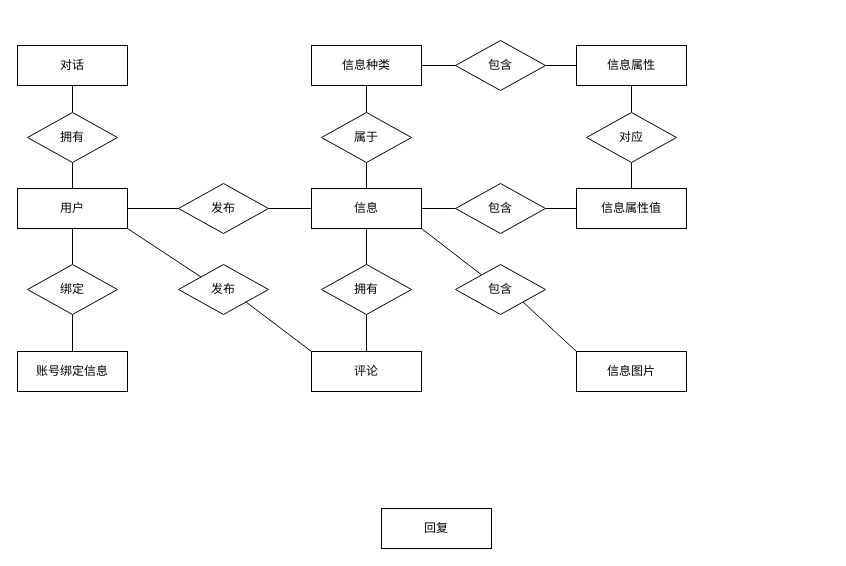
Earlier version of the draw.io diagram page "ER图" (8 of 11) of 校园信息发布平台流程图.drawio (zzsbz/infodeli_drawio). Source tidied: cells renumbered, new cells numbered last; positions are measured from the earlier drawing's top-left corner, leaving out a move shared by most shapes. Both pictures are drawn from the tidied source at 100%, with x=0, y=0 at pixel (17, 40).
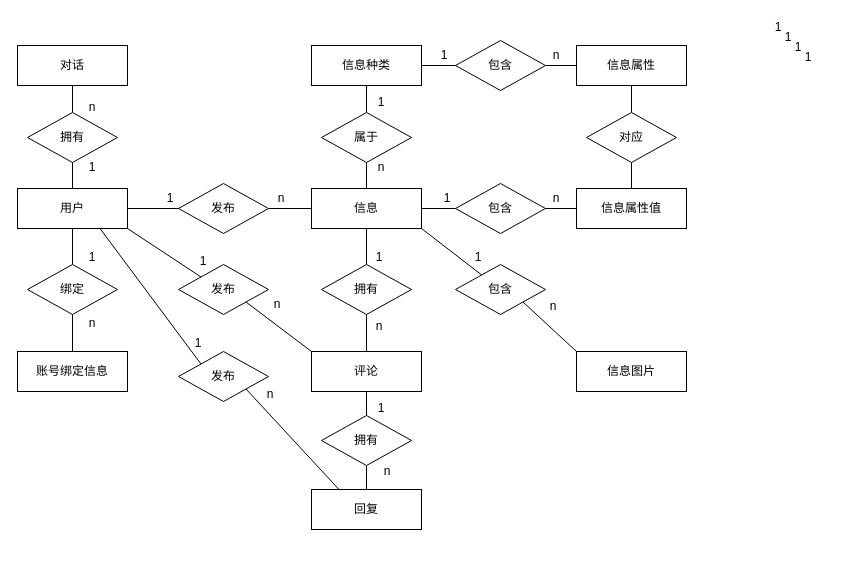
Above is the later version.

Unchanged cells that the change refers to:
```xml
<mxCell id="5" value="用户" style="rounded=0;whiteSpace=wrap;html=1;" parent="1" vertex="1">
  <mxGeometry y="148" width="110" height="40" as="geometry" />
</mxCell>
<mxCell id="11" value="评论" style="rounded=0;whiteSpace=wrap;html=1;" parent="1" vertex="1">
  <mxGeometry x="294" y="311" width="110" height="40" as="geometry" />
</mxCell>
```

Diff of the diagram source:
```diff
@@
+    <mxCell id="42" style="edgeStyle=none;rounded=0;jettySize=auto;html=1;exitX=0.75;exitY=1;exitDx=0;exitDy=0;entryX=0;entryY=0;entryDx=0;entryDy=0;endArrow=none;endFill=0;" parent="1" edge="1" source="5" target="47">
+      <mxGeometry relative="1" as="geometry" />
+    </mxCell>
@@
+    <mxCell id="43" style="edgeStyle=none;rounded=0;jettySize=auto;html=1;exitX=0.5;exitY=1;exitDx=0;exitDy=0;entryX=0.5;entryY=0;entryDx=0;entryDy=0;endArrow=none;endFill=0;" parent="1" edge="1" source="11" target="45">
+      <mxGeometry relative="1" as="geometry" />
+    </mxCell>
@@
     <mxCell id="16" value="回复" style="rounded=0;whiteSpace=wrap;html=1;" parent="1" vertex="1">
-      <mxGeometry x="364" y="468" width="110" height="40" as="geometry" />
+      <mxGeometry x="294" y="449" width="110" height="40" as="geometry" />
     </mxCell>
@@
+    <mxCell id="44" style="edgeStyle=none;rounded=0;jettySize=auto;html=1;exitX=0.5;exitY=1;exitDx=0;exitDy=0;entryX=0.5;entryY=0;entryDx=0;entryDy=0;endArrow=none;endFill=0;" parent="1" edge="1" source="45" target="16">
+      <mxGeometry relative="1" as="geometry" />
+    </mxCell>
+    <mxCell id="45" value="拥有" style="rhombus;whiteSpace=wrap;html=1;" parent="1" vertex="1">
+      <mxGeometry x="304" y="375" width="90" height="50" as="geometry" />
+    </mxCell>
+    <mxCell id="46" style="edgeStyle=none;rounded=0;jettySize=auto;html=1;exitX=1;exitY=1;exitDx=0;exitDy=0;entryX=0.25;entryY=0;entryDx=0;entryDy=0;endArrow=none;endFill=0;" parent="1" edge="1" source="47" target="16">
+      <mxGeometry relative="1" as="geometry" />
+    </mxCell>
+    <mxCell id="47" value="发布" style="rhombus;whiteSpace=wrap;html=1;" parent="1" vertex="1">
+      <mxGeometry x="161" y="311" width="90" height="50" as="geometry" />
+    </mxCell>
+    <mxCell id="48" value="1" style="text;html=1;strokeColor=none;fillColor=none;align=center;verticalAlign=middle;whiteSpace=wrap;rounded=0;" parent="1" vertex="1">
+      <mxGeometry x="741" y="-23" width="40" height="20" as="geometry" />
+    </mxCell>
+    <mxCell id="49" value="1" style="text;html=1;strokeColor=none;fillColor=none;align=center;verticalAlign=middle;whiteSpace=wrap;rounded=0;" parent="1" vertex="1">
+      <mxGeometry x="751" y="-13" width="40" height="20" as="geometry" />
+    </mxCell>
+    <mxCell id="50" value="1" style="text;html=1;strokeColor=none;fillColor=none;align=center;verticalAlign=middle;whiteSpace=wrap;rounded=0;" parent="1" vertex="1">
+      <mxGeometry x="761" y="-3" width="40" height="20" as="geometry" />
+    </mxCell>
+    <mxCell id="51" value="1" style="text;html=1;strokeColor=none;fillColor=none;align=center;verticalAlign=middle;whiteSpace=wrap;rounded=0;" parent="1" vertex="1">
+      <mxGeometry x="771" y="7" width="40" height="20" as="geometry" />
+    </mxCell>
+    <mxCell id="52" value="n" style="text;html=1;strokeColor=none;fillColor=none;align=center;verticalAlign=middle;whiteSpace=wrap;rounded=0;" parent="1" vertex="1">
+      <mxGeometry x="519" y="148" width="40" height="20" as="geometry" />
+    </mxCell>
+    <mxCell id="53" value="n" style="text;html=1;strokeColor=none;fillColor=none;align=center;verticalAlign=middle;whiteSpace=wrap;rounded=0;" parent="1" vertex="1">
+      <mxGeometry x="344" y="117" width="40" height="20" as="geometry" />
+    </mxCell>
+    <mxCell id="54" value="n" style="text;html=1;strokeColor=none;fillColor=none;align=center;verticalAlign=middle;whiteSpace=wrap;rounded=0;" parent="1" vertex="1">
+      <mxGeometry x="519" y="5" width="40" height="20" as="geometry" />
+    </mxCell>
+    <mxCell id="55" value="n" style="text;html=1;strokeColor=none;fillColor=none;align=center;verticalAlign=middle;whiteSpace=wrap;rounded=0;" parent="1" vertex="1">
+      <mxGeometry x="516" y="256" width="40" height="20" as="geometry" />
+    </mxCell>
+    <mxCell id="56" value="n" style="text;html=1;strokeColor=none;fillColor=none;align=center;verticalAlign=middle;whiteSpace=wrap;rounded=0;" parent="1" vertex="1">
+      <mxGeometry x="350" y="421" width="40" height="20" as="geometry" />
+    </mxCell>
+    <mxCell id="57" value="n" style="text;html=1;strokeColor=none;fillColor=none;align=center;verticalAlign=middle;whiteSpace=wrap;rounded=0;" parent="1" vertex="1">
+      <mxGeometry x="342" y="276" width="40" height="20" as="geometry" />
+    </mxCell>
+    <mxCell id="58" value="n" style="text;html=1;strokeColor=none;fillColor=none;align=center;verticalAlign=middle;whiteSpace=wrap;rounded=0;" parent="1" vertex="1">
+      <mxGeometry x="233" y="344" width="40" height="20" as="geometry" />
+    </mxCell>
+    <mxCell id="59" value="n" style="text;html=1;strokeColor=none;fillColor=none;align=center;verticalAlign=middle;whiteSpace=wrap;rounded=0;" parent="1" vertex="1">
+      <mxGeometry x="240" y="254" width="40" height="20" as="geometry" />
+    </mxCell>
+    <mxCell id="60" value="n" style="text;html=1;strokeColor=none;fillColor=none;align=center;verticalAlign=middle;whiteSpace=wrap;rounded=0;" parent="1" vertex="1">
+      <mxGeometry x="55" y="273" width="40" height="20" as="geometry" />
+    </mxCell>
+    <mxCell id="61" value="n" style="text;html=1;strokeColor=none;fillColor=none;align=center;verticalAlign=middle;whiteSpace=wrap;rounded=0;" parent="1" vertex="1">
+      <mxGeometry x="55" y="57" width="40" height="20" as="geometry" />
+    </mxCell>
+    <mxCell id="62" value="1" style="text;html=1;strokeColor=none;fillColor=none;align=center;verticalAlign=middle;whiteSpace=wrap;rounded=0;" parent="1" vertex="1">
+      <mxGeometry x="133" y="148" width="40" height="20" as="geometry" />
+    </mxCell>
+    <mxCell id="63" value="n" style="text;html=1;strokeColor=none;fillColor=none;align=center;verticalAlign=middle;whiteSpace=wrap;rounded=0;" parent="1" vertex="1">
+      <mxGeometry x="244" y="148" width="40" height="20" as="geometry" />
+    </mxCell>
+    <mxCell id="64" value="1" style="text;html=1;strokeColor=none;fillColor=none;align=center;verticalAlign=middle;whiteSpace=wrap;rounded=0;" parent="1" vertex="1">
+      <mxGeometry x="410" y="148" width="40" height="20" as="geometry" />
+    </mxCell>
+    <mxCell id="65" value="1" style="text;html=1;strokeColor=none;fillColor=none;align=center;verticalAlign=middle;whiteSpace=wrap;rounded=0;" parent="1" vertex="1">
+      <mxGeometry x="344" y="358" width="40" height="20" as="geometry" />
+    </mxCell>
+    <mxCell id="66" value="1" style="text;html=1;strokeColor=none;fillColor=none;align=center;verticalAlign=middle;whiteSpace=wrap;rounded=0;" parent="1" vertex="1">
+      <mxGeometry x="342" y="207" width="40" height="20" as="geometry" />
+    </mxCell>
+    <mxCell id="67" value="1" style="text;html=1;strokeColor=none;fillColor=none;align=center;verticalAlign=middle;whiteSpace=wrap;rounded=0;" parent="1" vertex="1">
+      <mxGeometry x="441" y="207" width="40" height="20" as="geometry" />
+    </mxCell>
+    <mxCell id="68" value="1" style="text;html=1;strokeColor=none;fillColor=none;align=center;verticalAlign=middle;whiteSpace=wrap;rounded=0;" parent="1" vertex="1">
+      <mxGeometry x="344" y="52" width="40" height="20" as="geometry" />
+    </mxCell>
+    <mxCell id="69" value="1" style="text;html=1;strokeColor=none;fillColor=none;align=center;verticalAlign=middle;whiteSpace=wrap;rounded=0;" parent="1" vertex="1">
+      <mxGeometry x="407" y="5" width="40" height="20" as="geometry" />
+    </mxCell>
+    <mxCell id="70" value="1" style="text;html=1;strokeColor=none;fillColor=none;align=center;verticalAlign=middle;whiteSpace=wrap;rounded=0;" parent="1" vertex="1">
+      <mxGeometry x="55" y="207" width="40" height="20" as="geometry" />
+    </mxCell>
+    <mxCell id="71" value="1" style="text;html=1;strokeColor=none;fillColor=none;align=center;verticalAlign=middle;whiteSpace=wrap;rounded=0;" parent="1" vertex="1">
+      <mxGeometry x="55" y="117" width="40" height="20" as="geometry" />
+    </mxCell>
+    <mxCell id="72" value="1" style="text;html=1;strokeColor=none;fillColor=none;align=center;verticalAlign=middle;whiteSpace=wrap;rounded=0;" parent="1" vertex="1">
+      <mxGeometry x="161" y="293" width="40" height="20" as="geometry" />
+    </mxCell>
+    <mxCell id="73" value="1" style="text;html=1;strokeColor=none;fillColor=none;align=center;verticalAlign=middle;whiteSpace=wrap;rounded=0;" parent="1" vertex="1">
+      <mxGeometry x="166" y="211" width="40" height="20" as="geometry" />
+    </mxCell>
```
